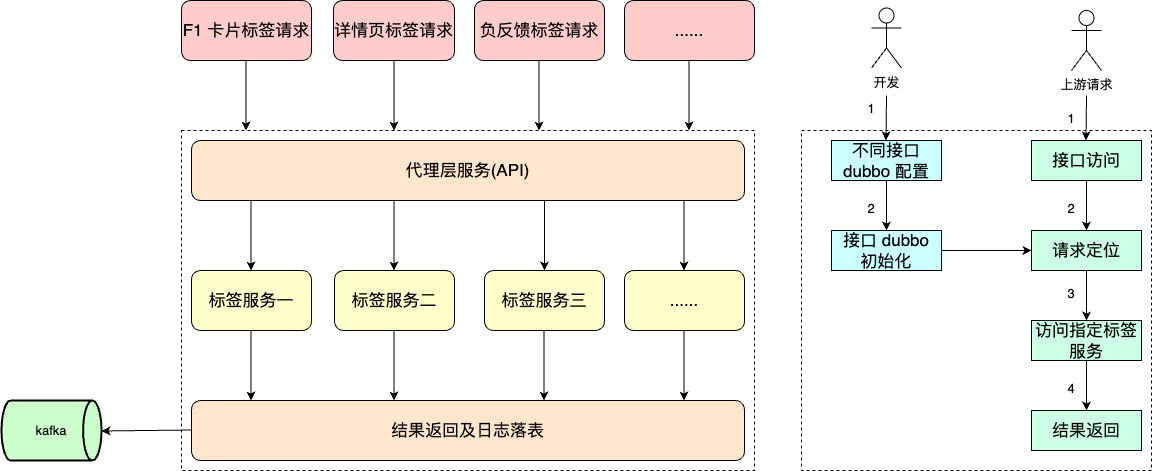
liujunao/draw-data keeps this draw.io diagram as work-draw-file/标签之系统稳定性.png. Above is the earlier version. Source tidied: cells renumbered, new cells last; positions are measured from the earlier drawing's top-left corner, leaving out a move shared by most shapes.
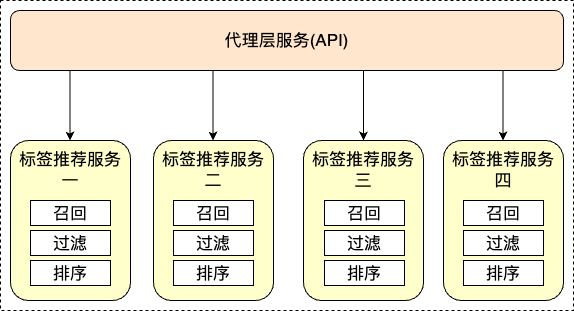
The same file after the commit.

Commit message:
更新标签之系统稳定性.png

Diff of the diagram source:
```diff
@@ -2,38 +2,23 @@
   <root>
     <mxCell id="0" />
     <mxCell id="1" parent="0" />
-    <mxCell id="2" style="rounded=0;whiteSpace=wrap;html=1;dashed=1;" parent="1" vertex="1">
-      <mxGeometry x="800" y="130" width="350" height="340" as="geometry" />
-    </mxCell>
     <mxCell id="3" style="rounded=0;whiteSpace=wrap;html=1;dashed=1;" parent="1" vertex="1">
-      <mxGeometry x="180" y="130" width="573" height="340" as="geometry" />
+      <mxGeometry x="180" y="130" width="573" height="310" as="geometry" />
     </mxCell>
-    <mxCell id="4" value="&lt;font size=&quot;3&quot;&gt;F1 卡片标签请求&lt;/font&gt;" style="rounded=1;whiteSpace=wrap;html=1;fillColor=#FFCCCC;" parent="1" vertex="1">
-      <mxGeometry x="180" width="130" height="60" as="geometry" />
-    </mxCell>
-    <mxCell id="5" value="&lt;font size=&quot;3&quot;&gt;详情页标签请求&lt;/font&gt;" style="rounded=1;whiteSpace=wrap;html=1;fillColor=#FFCCCC;" parent="1" vertex="1">
-      <mxGeometry x="332" width="121" height="60" as="geometry" />
-    </mxCell>
-    <mxCell id="6" value="&lt;font size=&quot;3&quot;&gt;负反馈标签请求&lt;/font&gt;" style="rounded=1;whiteSpace=wrap;html=1;fillColor=#FFCCCC;" parent="1" vertex="1">
-      <mxGeometry x="473" width="130" height="60" as="geometry" />
-    </mxCell>
-    <mxCell id="7" value="&lt;font size=&quot;3&quot;&gt;......&lt;/font&gt;" style="rounded=1;whiteSpace=wrap;html=1;fillColor=#FFCCCC;" parent="1" vertex="1">
-      <mxGeometry x="623" width="130" height="60" as="geometry" />
-    </mxCell>
     <mxCell id="8" value="&lt;font size=&quot;3&quot;&gt;代理层服务(API)&lt;/font&gt;" style="rounded=1;whiteSpace=wrap;html=1;fillColor=#FFE6CC;" parent="1" vertex="1">
       <mxGeometry x="190" y="140" width="553" height="60" as="geometry" />
     </mxCell>
-    <mxCell id="9" value="&lt;font size=&quot;3&quot;&gt;标签服务一&lt;/font&gt;" style="rounded=1;whiteSpace=wrap;html=1;fillColor=#FFFFCC;" parent="1" vertex="1">
-      <mxGeometry x="190" y="270" width="120" height="60" as="geometry" />
+    <mxCell id="9" value="&lt;font size=&quot;3&quot;&gt;标签推荐服务一&lt;br&gt;&lt;br&gt;&lt;br&gt;&lt;br&gt;&lt;br&gt;&lt;br&gt;&lt;/font&gt;" style="rounded=1;whiteSpace=wrap;html=1;fillColor=#FFFFCC;" parent="1" vertex="1">
+      <mxGeometry x="190" y="270" width="120" height="160" as="geometry" />
     </mxCell>
-    <mxCell id="10" value="&lt;font size=&quot;3&quot;&gt;标签服务二&lt;/font&gt;" style="rounded=1;whiteSpace=wrap;html=1;fillColor=#FFFFCC;" parent="1" vertex="1">
-      <mxGeometry x="333" y="270" width="120" height="60" as="geometry" />
+    <mxCell id="10" value="&lt;font size=&quot;3&quot;&gt;标签推荐服务二&lt;br&gt;&lt;br&gt;&lt;br&gt;&lt;br&gt;&lt;br&gt;&lt;br&gt;&lt;/font&gt;" style="rounded=1;whiteSpace=wrap;html=1;fillColor=#FFFFCC;" parent="1" vertex="1">
+      <mxGeometry x="333" y="270" width="120" height="160" as="geometry" />
     </mxCell>
-    <mxCell id="11" value="&lt;font size=&quot;3&quot;&gt;标签服务三&lt;/font&gt;" style="rounded=1;whiteSpace=wrap;html=1;fillColor=#FFFFCC;" parent="1" vertex="1">
-      <mxGeometry x="483" y="270" width="120" height="60" as="geometry" />
+    <mxCell id="11" value="&lt;font size=&quot;3&quot;&gt;标签推荐服务三&lt;br&gt;&lt;br&gt;&lt;br&gt;&lt;br&gt;&lt;br&gt;&lt;br&gt;&lt;/font&gt;" style="rounded=1;whiteSpace=wrap;html=1;fillColor=#FFFFCC;" parent="1" vertex="1">
+      <mxGeometry x="483" y="270" width="120" height="160" as="geometry" />
     </mxCell>
-    <mxCell id="12" value="&lt;font size=&quot;3&quot;&gt;......&lt;/font&gt;" style="rounded=1;whiteSpace=wrap;html=1;fillColor=#FFFFCC;" parent="1" vertex="1">
-      <mxGeometry x="623" y="270" width="120" height="60" as="geometry" />
+    <mxCell id="12" value="&lt;font size=&quot;3&quot;&gt;标签推荐服务四&lt;br&gt;&lt;br&gt;&lt;br&gt;&lt;br&gt;&lt;br&gt;&lt;br&gt;&lt;/font&gt;" style="rounded=1;whiteSpace=wrap;html=1;fillColor=#FFFFCC;" parent="1" vertex="1">
+      <mxGeometry x="623" y="270" width="120" height="160" as="geometry" />
     </mxCell>
     <mxCell id="13" style="endArrow=classic;html=1;rounded=0;" parent="1" edge="1">
       <mxGeometry relative="1" as="geometry">
@@ -59,134 +44,41 @@
         <mxPoint x="682.5" y="270" as="targetPoint" />
       </mxGeometry>
     </mxCell>
-    <mxCell id="17" value="&lt;font size=&quot;3&quot;&gt;结果返回及日志落表&lt;/font&gt;" style="rounded=1;whiteSpace=wrap;html=1;fillColor=#FFE6CC;" parent="1" vertex="1">
-      <mxGeometry x="190" y="400" width="553" height="60" as="geometry" />
-    </mxCell>
-    <mxCell id="18" style="endArrow=classic;html=1;rounded=0;" parent="1" edge="1">
-      <mxGeometry relative="1" as="geometry">
-        <mxPoint x="249.5" y="330" as="sourcePoint" />
-        <mxPoint x="249.5" y="400" as="targetPoint" />
-      </mxGeometry>
-    </mxCell>
-    <mxCell id="19" style="endArrow=classic;html=1;rounded=0;" parent="1" edge="1">
-      <mxGeometry relative="1" as="geometry">
-        <mxPoint x="392.5" y="330" as="sourcePoint" />
-        <mxPoint x="392.5" y="400" as="targetPoint" />
-      </mxGeometry>
-    </mxCell>
-    <mxCell id="20" style="endArrow=classic;html=1;rounded=0;" parent="1" edge="1">
-      <mxGeometry relative="1" as="geometry">
-        <mxPoint x="542.5" y="330" as="sourcePoint" />
-        <mxPoint x="542.5" y="400" as="targetPoint" />
-      </mxGeometry>
-    </mxCell>
-    <mxCell id="21" style="endArrow=classic;html=1;rounded=0;" parent="1" edge="1">
-      <mxGeometry relative="1" as="geometry">
-        <mxPoint x="682.5" y="330" as="sourcePoint" />
-        <mxPoint x="682.5" y="400" as="targetPoint" />
-      </mxGeometry>
-    </mxCell>
-    <mxCell id="22" style="endArrow=classic;html=1;rounded=0;" parent="1" edge="1">
-      <mxGeometry relative="1" as="geometry">
-        <mxPoint x="244.5" y="60" as="sourcePoint" />
-        <mxPoint x="244.5" y="130" as="targetPoint" />
-      </mxGeometry>
-    </mxCell>
-    <mxCell id="23" style="endArrow=classic;html=1;rounded=0;" parent="1" edge="1">
-      <mxGeometry relative="1" as="geometry">
-        <mxPoint x="392.5" y="60" as="sourcePoint" />
-        <mxPoint x="392.5" y="130" as="targetPoint" />
-      </mxGeometry>
-    </mxCell>
-    <mxCell id="24" style="endArrow=classic;html=1;rounded=0;" parent="1" edge="1">
-      <mxGeometry relative="1" as="geometry">
-        <mxPoint x="537.5" y="60" as="sourcePoint" />
-        <mxPoint x="537.5" y="130" as="targetPoint" />
-      </mxGeometry>
-    </mxCell>
-    <mxCell id="25" style="endArrow=classic;html=1;rounded=0;" parent="1" edge="1">
-      <mxGeometry relative="1" as="geometry">
-        <mxPoint x="687.5" y="60" as="sourcePoint" />
-        <mxPoint x="687.5" y="130" as="targetPoint" />
-      </mxGeometry>
-    </mxCell>
-    <mxCell id="26" value="kafka" style="strokeWidth=2;html=1;shape=mxgraph.flowchart.direct_data;whiteSpace=wrap;fillColor=#CCFFCC;" parent="1" vertex="1">
-      <mxGeometry y="400" width="100" height="60" as="geometry" />
-    </mxCell>
-    <mxCell id="27" style="endArrow=classic;html=1;rounded=0;" parent="1" edge="1">
-      <mxGeometry relative="1" as="geometry">
-        <mxPoint x="190" y="429.5" as="sourcePoint" />
-        <mxPoint x="100" y="430.5" as="targetPoint" />
-      </mxGeometry>
-    </mxCell>
-    <mxCell id="28" value="开发" style="shape=umlActor;verticalLabelPosition=bottom;verticalAlign=top;html=1;" parent="1" vertex="1">
-      <mxGeometry x="870" y="7.5" width="30" height="60" as="geometry" />
-    </mxCell>
-    <mxCell id="29" style="edgeStyle=orthogonalEdgeStyle;rounded=0;jettySize=auto;html=1;exitX=0.5;exitY=1;exitDx=0;exitDy=0;entryX=0.5;entryY=0;entryDx=0;entryDy=0;" parent="1" edge="1" source="30" target="36">
-      <mxGeometry relative="1" as="geometry" />
-    </mxCell>
-    <mxCell id="30" value="&lt;font size=&quot;3&quot;&gt;接口访问&lt;/font&gt;" style="rounded=0;whiteSpace=wrap;html=1;fillColor=#CCFFE6;" parent="1" vertex="1">
-      <mxGeometry x="1030" y="140" width="110" height="40" as="geometry" />
-    </mxCell>
-    <mxCell id="31" style="edgeStyle=orthogonalEdgeStyle;rounded=0;jettySize=auto;html=1;exitX=0.5;exitY=1;exitDx=0;exitDy=0;entryX=0.5;entryY=0;entryDx=0;entryDy=0;" parent="1" edge="1" source="32" target="34">
-      <mxGeometry relative="1" as="geometry" />
-    </mxCell>
-    <mxCell id="32" value="&lt;font size=&quot;3&quot;&gt;不同接口 dubbo 配置&lt;/font&gt;" style="rounded=0;whiteSpace=wrap;html=1;fillColor=#CCFFFF;" parent="1" vertex="1">
-      <mxGeometry x="830" y="140" width="110" height="40" as="geometry" />
-    </mxCell>
-    <mxCell id="33" style="edgeStyle=orthogonalEdgeStyle;rounded=0;jettySize=auto;html=1;exitX=1;exitY=0.5;exitDx=0;exitDy=0;entryX=0;entryY=0.5;entryDx=0;entryDy=0;" parent="1" edge="1" source="34" target="36">
-      <mxGeometry relative="1" as="geometry" />
-    </mxCell>
-    <mxCell id="34" value="&lt;font size=&quot;3&quot;&gt;接口 dubbo &lt;br&gt;初始化&lt;/font&gt;" style="rounded=0;whiteSpace=wrap;html=1;fillColor=#CCFFFF;" parent="1" vertex="1">
-      <mxGeometry x="830" y="230" width="110" height="40" as="geometry" />
-    </mxCell>
-    <mxCell id="35" style="edgeStyle=orthogonalEdgeStyle;rounded=0;jettySize=auto;html=1;exitX=0.5;exitY=1;exitDx=0;exitDy=0;entryX=0.5;entryY=0;entryDx=0;entryDy=0;" parent="1" edge="1" source="36" target="38">
-      <mxGeometry relative="1" as="geometry" />
-    </mxCell>
-    <mxCell id="36" value="&lt;font size=&quot;3&quot;&gt;请求定位&lt;/font&gt;" style="rounded=0;whiteSpace=wrap;html=1;fillColor=#CCFFE6;" parent="1" vertex="1">
-      <mxGeometry x="1030" y="230" width="110" height="40" as="geometry" />
-    </mxCell>
-    <mxCell id="37" style="edgeStyle=orthogonalEdgeStyle;rounded=0;jettySize=auto;html=1;exitX=0.5;exitY=1;exitDx=0;exitDy=0;" parent="1" edge="1" source="38" target="39">
-      <mxGeometry relative="1" as="geometry" />
-    </mxCell>
-    <mxCell id="38" value="&lt;font size=&quot;3&quot;&gt;访问指定标签服务&lt;/font&gt;" style="rounded=0;whiteSpace=wrap;html=1;fillColor=#CCFFE6;" parent="1" vertex="1">
-      <mxGeometry x="1030" y="320" width="110" height="40" as="geometry" />
-    </mxCell>
-    <mxCell id="39" value="&lt;font size=&quot;3&quot;&gt;结果返回&lt;/font&gt;" style="rounded=0;whiteSpace=wrap;html=1;fillColor=#CCFFE6;" parent="1" vertex="1">
-      <mxGeometry x="1030" y="410" width="110" height="40" as="geometry" />
-    </mxCell>
-    <mxCell id="40" value="1" style="text;html=1;strokeColor=none;fillColor=none;align=center;verticalAlign=middle;whiteSpace=wrap;rounded=0;" parent="1" vertex="1">
-      <mxGeometry x="860" y="95" width="20" height="25" as="geometry" />
-    </mxCell>
-    <mxCell id="41" value="2" style="text;html=1;strokeColor=none;fillColor=none;align=center;verticalAlign=middle;whiteSpace=wrap;rounded=0;" parent="1" vertex="1">
-      <mxGeometry x="860" y="195" width="20" height="25" as="geometry" />
-    </mxCell>
-    <mxCell id="42" value="2" style="text;html=1;strokeColor=none;fillColor=none;align=center;verticalAlign=middle;whiteSpace=wrap;rounded=0;" parent="1" vertex="1">
-      <mxGeometry x="1060" y="195" width="20" height="25" as="geometry" />
-    </mxCell>
-    <mxCell id="43" value="3" style="text;html=1;strokeColor=none;fillColor=none;align=center;verticalAlign=middle;whiteSpace=wrap;rounded=0;" parent="1" vertex="1">
-      <mxGeometry x="1060" y="280" width="20" height="25" as="geometry" />
-    </mxCell>
-    <mxCell id="44" value="4" style="text;html=1;strokeColor=none;fillColor=none;align=center;verticalAlign=middle;whiteSpace=wrap;rounded=0;" parent="1" vertex="1">
-      <mxGeometry x="1060" y="375" width="20" height="25" as="geometry" />
-    </mxCell>
-    <mxCell id="45" style="endArrow=classic;html=1;rounded=0;" parent="1" edge="1">
-      <mxGeometry relative="1" as="geometry">
-        <mxPoint x="885" y="95" as="sourcePoint" />
-        <mxPoint x="884.5" y="140" as="targetPoint" />
-      </mxGeometry>
-    </mxCell>
-    <mxCell id="46" value="上游请求" style="shape=umlActor;verticalLabelPosition=bottom;verticalAlign=top;html=1;" parent="1" vertex="1">
-      <mxGeometry x="1070" y="10" width="30" height="60" as="geometry" />
-    </mxCell>
-    <mxCell id="47" style="endArrow=classic;html=1;rounded=0;" parent="1" edge="1">
-      <mxGeometry relative="1" as="geometry">
-        <mxPoint x="1085" y="95" as="sourcePoint" />
-        <mxPoint x="1084.5" y="140" as="targetPoint" />
-      </mxGeometry>
-    </mxCell>
-    <mxCell id="48" value="1" style="text;html=1;strokeColor=none;fillColor=none;align=center;verticalAlign=middle;whiteSpace=wrap;rounded=0;" parent="1" vertex="1">
-      <mxGeometry x="1060" y="105" width="20" height="25" as="geometry" />
-    </mxCell>
+    <mxCell id="49" value="&lt;font size=&quot;3&quot;&gt;召回&lt;/font&gt;" style="rounded=0;whiteSpace=wrap;html=1;" parent="1" vertex="1">
+      <mxGeometry x="210" y="330" width="80" height="25" as="geometry" />
+    </mxCell>
+    <mxCell id="50" value="&lt;font size=&quot;3&quot;&gt;过滤&lt;/font&gt;" style="rounded=0;whiteSpace=wrap;html=1;" parent="1" vertex="1">
+      <mxGeometry x="210" y="360" width="80" height="25" as="geometry" />
+    </mxCell>
+    <mxCell id="51" value="&lt;font size=&quot;3&quot;&gt;排序&lt;/font&gt;" style="rounded=0;whiteSpace=wrap;html=1;" parent="1" vertex="1">
+      <mxGeometry x="210" y="390" width="80" height="25" as="geometry" />
+    </mxCell>
+    <mxCell id="52" value="&lt;font size=&quot;3&quot;&gt;召回&lt;/font&gt;" style="rounded=0;whiteSpace=wrap;html=1;" parent="1" vertex="1">
+      <mxGeometry x="353" y="330" width="80" height="25" as="geometry" />
+    </mxCell>
+    <mxCell id="53" value="&lt;font size=&quot;3&quot;&gt;过滤&lt;/font&gt;" style="rounded=0;whiteSpace=wrap;html=1;" parent="1" vertex="1">
+      <mxGeometry x="353" y="360" width="80" height="25" as="geometry" />
+    </mxCell>
+    <mxCell id="54" value="&lt;font size=&quot;3&quot;&gt;排序&lt;/font&gt;" style="rounded=0;whiteSpace=wrap;html=1;" parent="1" vertex="1">
+      <mxGeometry x="353" y="390" width="80" height="25" as="geometry" />
+    </mxCell>
+    <mxCell id="55" value="&lt;font size=&quot;3&quot;&gt;召回&lt;/font&gt;" style="rounded=0;whiteSpace=wrap;html=1;" parent="1" vertex="1">
+      <mxGeometry x="504" y="330" width="80" height="25" as="geometry" />
+    </mxCell>
+    <mxCell id="56" value="&lt;font size=&quot;3&quot;&gt;过滤&lt;/font&gt;" style="rounded=0;whiteSpace=wrap;html=1;" parent="1" vertex="1">
+      <mxGeometry x="504" y="360" width="80" height="25" as="geometry" />
+    </mxCell>
+    <mxCell id="57" value="&lt;font size=&quot;3&quot;&gt;排序&lt;/font&gt;" style="rounded=0;whiteSpace=wrap;html=1;" parent="1" vertex="1">
+      <mxGeometry x="504" y="390" width="80" height="25" as="geometry" />
+    </mxCell>
+    <mxCell id="58" value="&lt;font size=&quot;3&quot;&gt;召回&lt;/font&gt;" style="rounded=0;whiteSpace=wrap;html=1;" parent="1" vertex="1">
+      <mxGeometry x="643" y="330" width="80" height="25" as="geometry" />
+    </mxCell>
+    <mxCell id="59" value="&lt;font size=&quot;3&quot;&gt;过滤&lt;/font&gt;" style="rounded=0;whiteSpace=wrap;html=1;" parent="1" vertex="1">
+      <mxGeometry x="643" y="360" width="80" height="25" as="geometry" />
+    </mxCell>
+    <mxCell id="60" value="&lt;font size=&quot;3&quot;&gt;排序&lt;/font&gt;" style="rounded=0;whiteSpace=wrap;html=1;" parent="1" vertex="1">
+      <mxGeometry x="643" y="390" width="80" height="25" as="geometry" />
+    </mxCell>
   </root>
 </mxGraphModel>
```
